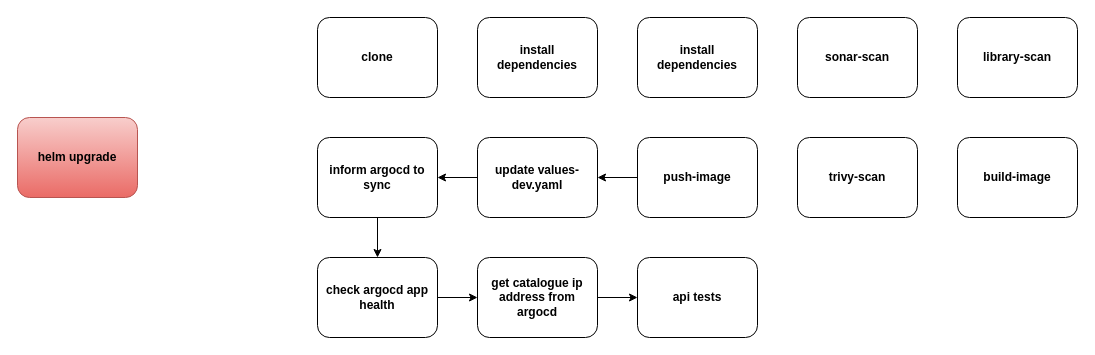
This is github-actions-cicd.drawio from daws-90s/diagrams, a draw.io file, before an edit. Source tidied: cells renumbered, new cells numbered last; positions are measured from the earlier drawing's top-left corner, leaving out a move shared by most shapes. Both pictures are drawn from the tidied source at 100%, with x=0, y=0 at pixel (17, 17).
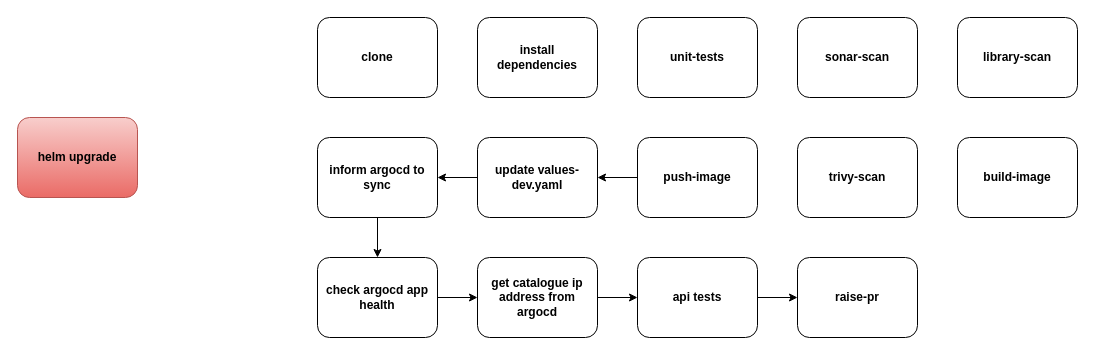
Above is the later version.

Commit message (it also covers changes not shown here):
Egg dosa conflict resolved

Unchanged cells that the change refers to:
```xml
<mxCell id="20" value="&lt;b&gt;api tests&lt;/b&gt;" style="rounded=1;whiteSpace=wrap;html=1;" parent="1" vertex="1">
  <mxGeometry x="620" y="240" width="120" height="80" as="geometry" />
</mxCell>
```

Diff of the diagram source:
```diff
@@
-    <mxCell id="4" value="&lt;b&gt;install&lt;/b&gt;&lt;div&gt;&lt;b&gt;dependencies&lt;/b&gt;&lt;/div&gt;" style="rounded=1;whiteSpace=wrap;html=1;" parent="1" vertex="1">
+    <mxCell id="4" value="&lt;b&gt;unit-tests&lt;/b&gt;" style="rounded=1;whiteSpace=wrap;html=1;" parent="1" vertex="1">
       <mxGeometry x="620" width="120" height="80" as="geometry" />
     </mxCell>
@@
+    <mxCell id="21" style="edgeStyle=orthogonalEdgeStyle;rounded=0;jettySize=auto;html=1;" parent="1" edge="1" source="20" target="22">
+      <mxGeometry relative="1" as="geometry" />
+    </mxCell>
@@
+    <mxCell id="22" value="&lt;b&gt;raise-pr&lt;/b&gt;" style="rounded=1;whiteSpace=wrap;html=1;" parent="1" vertex="1">
+      <mxGeometry x="780" y="240" width="120" height="80" as="geometry" />
+    </mxCell>
```
